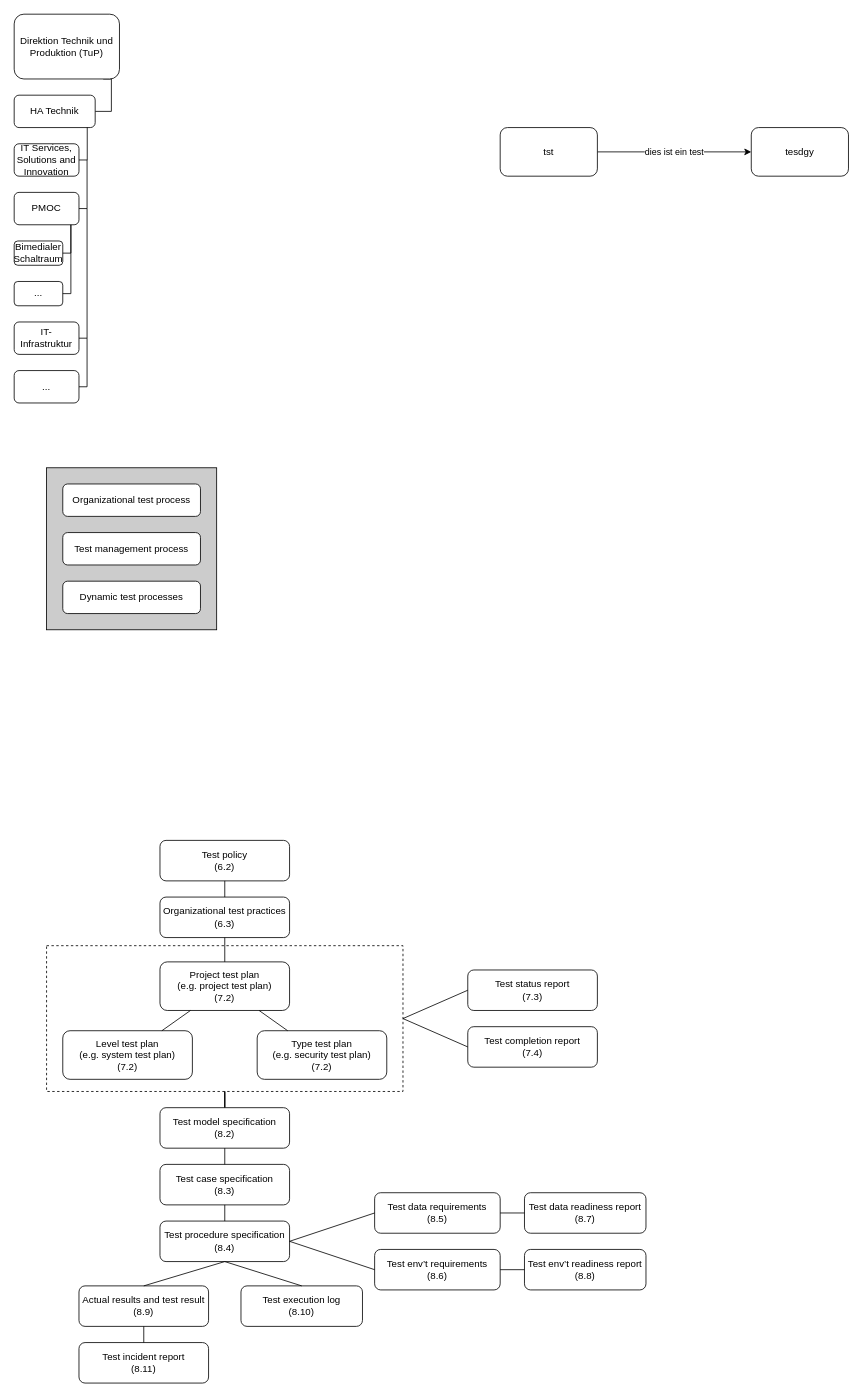
The draw.io diagram Bachelorarbeit.drawio in Baastel/Grafik_Bachelorarbeit, before the edit. Source tidied: cells renumbered, new cells numbered last; positions are measured from the earlier drawing's top-left corner, leaving out a move shared by most shapes. Both pictures are drawn from the tidied source at 81%, with x=0, y=0 at pixel (14, 14).
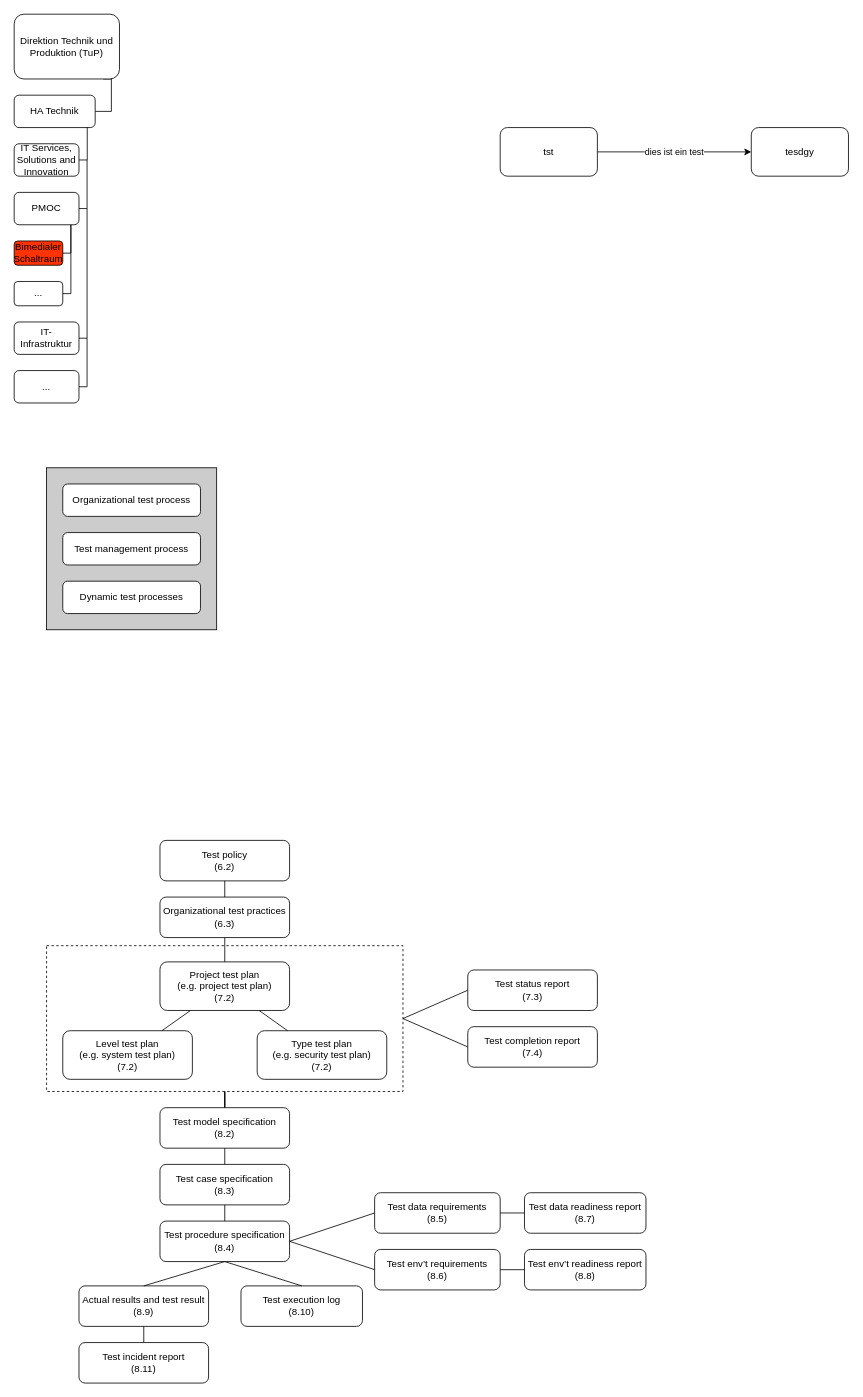
The same page after the edit.

The edit, as a diff of the source:
```diff
@@
-    <mxCell id="10" value="Bimedialer Schaltraum" style="rounded=1;whiteSpace=wrap;html=1;" parent="1" vertex="1">
+    <mxCell id="10" value="Bimedialer Schaltraum" style="rounded=1;whiteSpace=wrap;html=1;fillColor=#FF3300;" parent="1" vertex="1">
       <mxGeometry y="280" width="60" height="30" as="geometry" />
     </mxCell>
```
